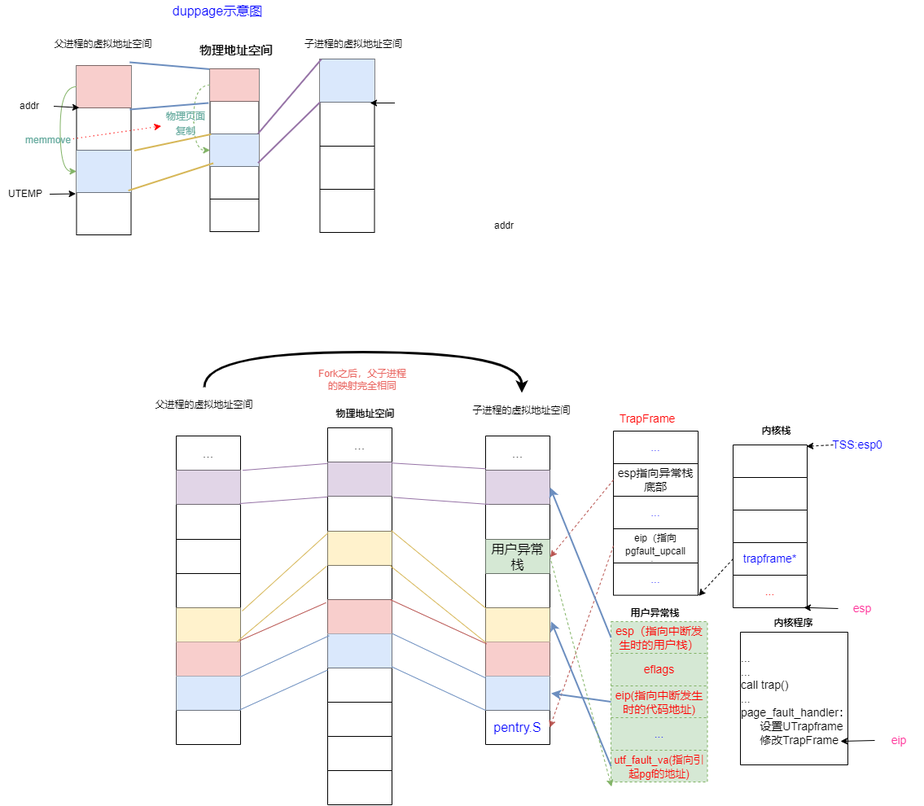
Above: OS/duppage.drawio.png in SixPlusAndTimes/drawio (draw.io), before the change. Source tidied: cells renumbered, new cells last; positions are measured from the earlier drawing's top-left corner, leaving out a move shared by most shapes.
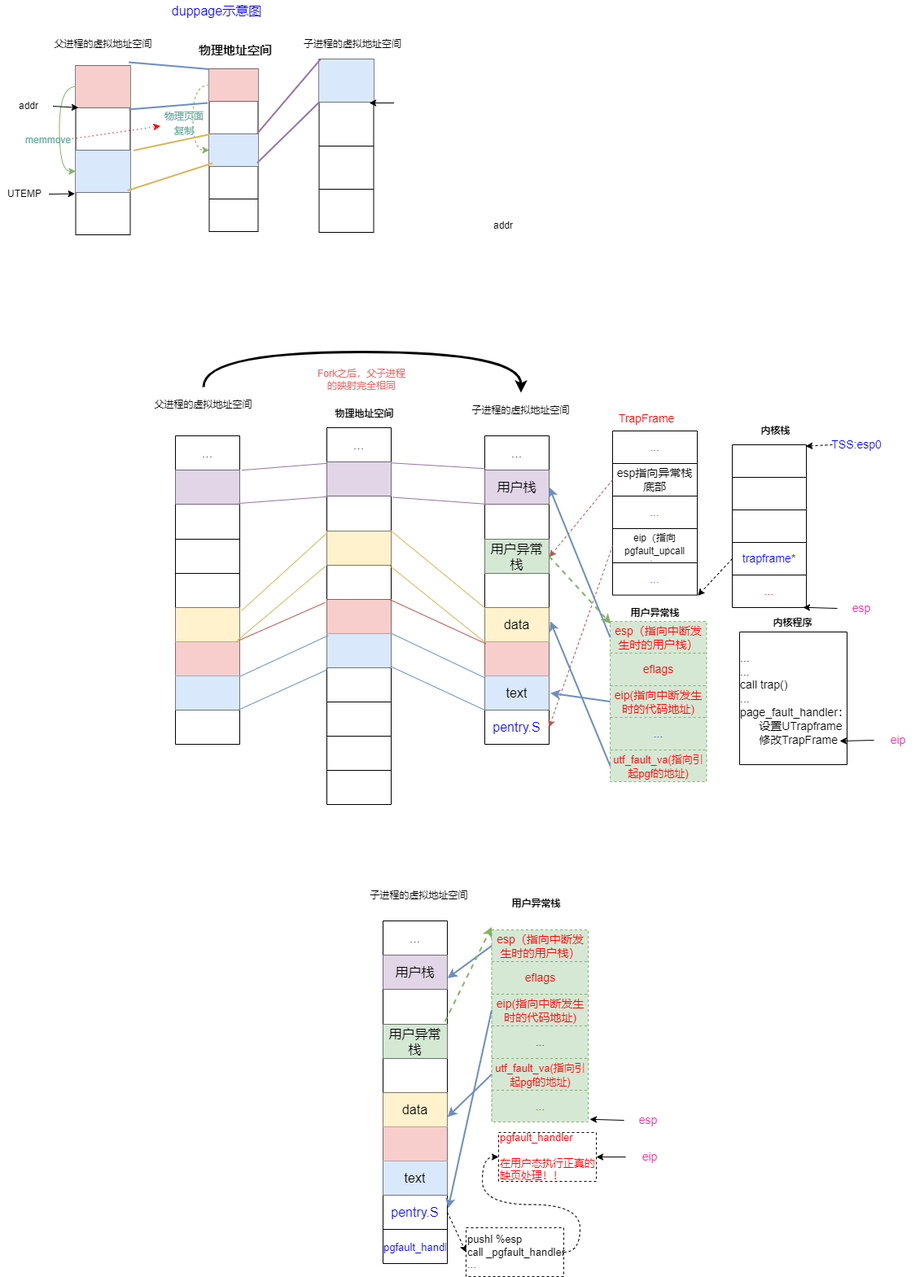
After the change.

What changed in the source:
```diff
@@ -241,7 +241,7 @@
     <mxCell id="77" style="shape=tableRow;horizontal=0;startSize=0;swimlaneHead=0;swimlaneBody=0;top=0;left=0;bottom=0;right=0;fillColor=none;fontSize=16;fontColor=#0000FF;" parent="74" vertex="1">
       <mxGeometry y="42" width="79" height="42" as="geometry" />
     </mxCell>
-    <mxCell id="78" style="shape=partialRectangle;html=1;whiteSpace=wrap;overflow=hidden;fillColor=#e1d5e7;top=0;left=0;bottom=0;right=0;fontSize=16;strokeColor=#9673a6;" parent="77" vertex="1">
+    <mxCell id="78" value="用户栈" style="shape=partialRectangle;html=1;whiteSpace=wrap;overflow=hidden;fillColor=#e1d5e7;top=0;left=0;bottom=0;right=0;fontSize=16;strokeColor=#9673a6;" parent="77" vertex="1">
       <mxGeometry width="79" height="42" as="geometry" />
     </mxCell>
     <mxCell id="79" style="shape=tableRow;horizontal=0;startSize=0;swimlaneHead=0;swimlaneBody=0;top=0;left=0;bottom=0;right=0;fillColor=none;fontSize=16;fontColor=#0000FF;" parent="74" vertex="1">
@@ -265,7 +265,7 @@
     <mxCell id="85" style="shape=tableRow;horizontal=0;startSize=0;swimlaneHead=0;swimlaneBody=0;top=0;left=0;bottom=0;right=0;fillColor=none;points=[[0,0.5],[1,0.5]];portConstraint=eastwest;fontSize=16;fontColor=#0000FF;" parent="74" vertex="1">
       <mxGeometry y="211" width="79" height="42" as="geometry" />
     </mxCell>
-    <mxCell id="86" style="shape=partialRectangle;html=1;whiteSpace=wrap;overflow=hidden;fillColor=#fff2cc;top=0;left=0;bottom=0;right=0;fontSize=16;strokeColor=#d6b656;" parent="85" vertex="1">
+    <mxCell id="86" value="data" style="shape=partialRectangle;html=1;whiteSpace=wrap;overflow=hidden;fillColor=#fff2cc;top=0;left=0;bottom=0;right=0;fontSize=16;strokeColor=#d6b656;" parent="85" vertex="1">
       <mxGeometry width="79" height="42" as="geometry" />
     </mxCell>
     <mxCell id="87" style="shape=tableRow;horizontal=0;startSize=0;swimlaneHead=0;swimlaneBody=0;top=0;left=0;bottom=0;right=0;fillColor=none;points=[[0,0.5],[1,0.5]];portConstraint=eastwest;fontSize=16;fontColor=#0000FF;" parent="74" vertex="1">
@@ -277,7 +277,7 @@
     <mxCell id="89" style="shape=tableRow;horizontal=0;startSize=0;swimlaneHead=0;swimlaneBody=0;top=0;left=0;bottom=0;right=0;fillColor=none;points=[[0,0.5],[1,0.5]];portConstraint=eastwest;fontSize=16;fontColor=#0000FF;" parent="74" vertex="1">
       <mxGeometry y="295" width="79" height="42" as="geometry" />
     </mxCell>
-    <mxCell id="90" style="shape=partialRectangle;html=1;whiteSpace=wrap;overflow=hidden;fillColor=#dae8fc;top=0;left=0;bottom=0;right=0;fontSize=16;strokeColor=#6c8ebf;" parent="89" vertex="1">
+    <mxCell id="90" value="text" style="shape=partialRectangle;html=1;whiteSpace=wrap;overflow=hidden;fillColor=#dae8fc;top=0;left=0;bottom=0;right=0;fontSize=16;strokeColor=#6c8ebf;" parent="89" vertex="1">
       <mxGeometry width="79" height="42" as="geometry" />
     </mxCell>
     <mxCell id="91" style="shape=tableRow;horizontal=0;startSize=0;swimlaneHead=0;swimlaneBody=0;top=0;left=0;bottom=0;right=0;fillColor=none;points=[[0,0.5],[1,0.5]];portConstraint=eastwest;fontSize=16;fontColor=#0000FF;" parent="74" vertex="1">
@@ -565,10 +565,158 @@
     <mxCell id="183" style="edgeStyle=none;rounded=0;jettySize=auto;html=1;exitX=0;exitY=0.5;exitDx=0;exitDy=0;entryX=1.019;entryY=0.601;entryDx=0;entryDy=0;entryPerimeter=0;strokeWidth=2;fontSize=11;fontColor=#000000;fillColor=#dae8fc;strokeColor=#6c8ebf;" parent="1" edge="1" source="178" target="74">
       <mxGeometry relative="1" as="geometry" />
     </mxCell>
-    <mxCell id="184" style="edgeStyle=none;rounded=0;jettySize=auto;html=1;exitX=1;exitY=0.5;exitDx=0;exitDy=0;strokeWidth=1;fontSize=11;fontColor=#FF0000;fillColor=#d5e8d4;strokeColor=#82b366;dashed=1;" parent="1" edge="1" source="81">
+    <mxCell id="184" style="edgeStyle=none;rounded=0;jettySize=auto;html=1;exitX=1;exitY=0.5;exitDx=0;exitDy=0;strokeWidth=2;fontSize=11;fontColor=#FF0000;fillColor=#d5e8d4;strokeColor=#82b366;dashed=1;" parent="1" edge="1" source="81">
       <mxGeometry relative="1" as="geometry">
-        <mxPoint x="749.7" y="965.7" as="targetPoint" />
+        <mxPoint x="750" y="766" as="targetPoint" />
       </mxGeometry>
     </mxCell>
+    <mxCell id="185" value="子进程的虚拟地址空间" style="text;html=1;strokeColor=none;fillColor=none;align=center;verticalAlign=middle;whiteSpace=wrap;rounded=0;" parent="1" vertex="1">
+      <mxGeometry x="451" y="1078" width="127" height="43" as="geometry" />
+    </mxCell>
+    <mxCell id="186" style="shape=table;startSize=0;fontSize=16;fontColor=#0000FF;" parent="1" vertex="1">
+      <mxGeometry x="470" y="1131" width="79" height="421" as="geometry" />
+    </mxCell>
+    <mxCell id="187" style="shape=tableRow;horizontal=0;startSize=0;swimlaneHead=0;swimlaneBody=0;top=0;left=0;bottom=0;right=0;fillColor=none;fontSize=16;fontColor=#0000FF;" parent="186" vertex="1">
+      <mxGeometry width="79" height="42" as="geometry" />
+    </mxCell>
+    <mxCell id="188" value="&lt;font color=&quot;#000000&quot;&gt;...&lt;/font&gt;" style="shape=partialRectangle;html=1;whiteSpace=wrap;overflow=hidden;fillColor=none;top=0;left=0;bottom=0;right=0;fontSize=16;fontColor=#0000FF;" parent="187" vertex="1">
+      <mxGeometry width="79" height="42" as="geometry" />
+    </mxCell>
+    <mxCell id="189" style="shape=tableRow;horizontal=0;startSize=0;swimlaneHead=0;swimlaneBody=0;top=0;left=0;bottom=0;right=0;fillColor=none;fontSize=16;fontColor=#0000FF;" parent="186" vertex="1">
+      <mxGeometry y="42" width="79" height="42" as="geometry" />
+    </mxCell>
+    <mxCell id="190" value="用户栈" style="shape=partialRectangle;html=1;whiteSpace=wrap;overflow=hidden;fillColor=#e1d5e7;top=0;left=0;bottom=0;right=0;fontSize=16;strokeColor=#9673a6;" parent="189" vertex="1">
+      <mxGeometry width="79" height="42" as="geometry" />
+    </mxCell>
+    <mxCell id="191" style="shape=tableRow;horizontal=0;startSize=0;swimlaneHead=0;swimlaneBody=0;top=0;left=0;bottom=0;right=0;fillColor=none;fontSize=16;fontColor=#0000FF;" parent="186" vertex="1">
+      <mxGeometry y="84" width="79" height="43" as="geometry" />
+    </mxCell>
+    <mxCell id="192" style="shape=partialRectangle;html=1;whiteSpace=wrap;overflow=hidden;fillColor=none;top=0;left=0;bottom=0;right=0;fontSize=16;fontColor=#0000FF;" parent="191" vertex="1">
+      <mxGeometry width="79" height="43" as="geometry" />
+    </mxCell>
+    <mxCell id="193" style="shape=tableRow;horizontal=0;startSize=0;swimlaneHead=0;swimlaneBody=0;top=0;left=0;bottom=0;right=0;fillColor=none;points=[[0,0.5],[1,0.5]];portConstraint=eastwest;fontSize=16;fontColor=#0000FF;" parent="186" vertex="1">
+      <mxGeometry y="127" width="79" height="42" as="geometry" />
+    </mxCell>
+    <mxCell id="194" value="用户异常栈" style="shape=partialRectangle;html=1;whiteSpace=wrap;overflow=hidden;fillColor=#d5e8d4;top=0;left=0;bottom=0;right=0;fontSize=16;strokeColor=#82b366;" parent="193" vertex="1">
+      <mxGeometry width="79" height="42" as="geometry" />
+    </mxCell>
+    <mxCell id="195" style="shape=tableRow;horizontal=0;startSize=0;swimlaneHead=0;swimlaneBody=0;top=0;left=0;bottom=0;right=0;fillColor=none;fontSize=16;fontColor=#0000FF;" parent="186" vertex="1">
+      <mxGeometry y="169" width="79" height="42" as="geometry" />
+    </mxCell>
+    <mxCell id="196" style="shape=partialRectangle;html=1;whiteSpace=wrap;overflow=hidden;fillColor=none;top=0;left=0;bottom=0;right=0;fontSize=16;fontColor=#0000FF;" parent="195" vertex="1">
+      <mxGeometry width="79" height="42" as="geometry" />
+    </mxCell>
+    <mxCell id="197" style="shape=tableRow;horizontal=0;startSize=0;swimlaneHead=0;swimlaneBody=0;top=0;left=0;bottom=0;right=0;fillColor=none;points=[[0,0.5],[1,0.5]];portConstraint=eastwest;fontSize=16;fontColor=#0000FF;" parent="186" vertex="1">
+      <mxGeometry y="211" width="79" height="42" as="geometry" />
+    </mxCell>
+    <mxCell id="198" value="data" style="shape=partialRectangle;html=1;whiteSpace=wrap;overflow=hidden;fillColor=#fff2cc;top=0;left=0;bottom=0;right=0;fontSize=16;strokeColor=#d6b656;" parent="197" vertex="1">
+      <mxGeometry width="79" height="42" as="geometry" />
+    </mxCell>
+    <mxCell id="199" style="shape=tableRow;horizontal=0;startSize=0;swimlaneHead=0;swimlaneBody=0;top=0;left=0;bottom=0;right=0;fillColor=none;fontSize=16;fontColor=#0000FF;" parent="186" vertex="1">
+      <mxGeometry y="253" width="79" height="42" as="geometry" />
+    </mxCell>
+    <mxCell id="200" style="shape=partialRectangle;html=1;whiteSpace=wrap;overflow=hidden;fillColor=#f8cecc;top=0;left=0;bottom=0;right=0;fontSize=16;strokeColor=#b85450;" parent="199" vertex="1">
+      <mxGeometry width="79" height="42" as="geometry" />
+    </mxCell>
+    <mxCell id="201" style="shape=tableRow;horizontal=0;startSize=0;swimlaneHead=0;swimlaneBody=0;top=0;left=0;bottom=0;right=0;fillColor=none;fontSize=16;fontColor=#0000FF;" parent="186" vertex="1">
+      <mxGeometry y="295" width="79" height="42" as="geometry" />
+    </mxCell>
+    <mxCell id="202" value="text" style="shape=partialRectangle;html=1;whiteSpace=wrap;overflow=hidden;fillColor=#dae8fc;top=0;left=0;bottom=0;right=0;fontSize=16;strokeColor=#6c8ebf;" parent="201" vertex="1">
+      <mxGeometry width="79" height="42" as="geometry" />
+    </mxCell>
+    <mxCell id="203" style="shape=tableRow;horizontal=0;startSize=0;swimlaneHead=0;swimlaneBody=0;top=0;left=0;bottom=0;right=0;fillColor=none;points=[[0,0.5],[1,0.5]];portConstraint=eastwest;fontSize=16;fontColor=#0000FF;" parent="186" vertex="1">
+      <mxGeometry y="337" width="79" height="42" as="geometry" />
+    </mxCell>
+    <mxCell id="204" value="pentry.S" style="shape=partialRectangle;html=1;whiteSpace=wrap;overflow=hidden;fillColor=none;top=0;left=0;bottom=0;right=0;fontSize=16;fontColor=#0000FF;" parent="203" vertex="1">
+      <mxGeometry width="79" height="42" as="geometry" />
+    </mxCell>
+    <mxCell id="205" style="shape=tableRow;horizontal=0;startSize=0;swimlaneHead=0;swimlaneBody=0;top=0;left=0;bottom=0;right=0;fillColor=none;fontSize=16;fontColor=#0000FF;" parent="186" vertex="1">
+      <mxGeometry y="379" width="79" height="42" as="geometry" />
+    </mxCell>
+    <mxCell id="206" value="&lt;span style=&quot;font-size: 13px; text-align: left;&quot;&gt;pgfault_handler&lt;/span&gt;" style="shape=partialRectangle;html=1;whiteSpace=wrap;overflow=hidden;fillColor=none;top=0;left=0;bottom=0;right=0;fontSize=16;fontColor=#0000FF;" parent="205" vertex="1">
+      <mxGeometry width="79" height="42" as="geometry" />
+    </mxCell>
+    <mxCell id="207" style="shape=table;startSize=0;strokeColor=#82b366;fontSize=14;fillColor=#d5e8d4;dashed=1;" parent="1" vertex="1">
+      <mxGeometry x="603.5" y="1142" width="118.5" height="236" as="geometry" />
+    </mxCell>
+    <mxCell id="208" style="shape=tableRow;horizontal=0;startSize=0;swimlaneHead=0;swimlaneBody=0;top=0;left=0;bottom=0;right=0;fillColor=none;points=[[0,0.5],[1,0.5]];portConstraint=eastwest;strokeColor=#000000;fontSize=14;fontColor=#FF0000;" parent="207" vertex="1">
+      <mxGeometry width="118.5" height="39" as="geometry" />
+    </mxCell>
+    <mxCell id="209" value="esp（指向中断发生时的用户栈）" style="shape=partialRectangle;html=1;whiteSpace=wrap;overflow=hidden;fillColor=none;top=0;left=0;bottom=0;right=0;strokeColor=#000000;fontSize=14;fontColor=#FF0000;" parent="208" vertex="1">
+      <mxGeometry width="119" height="39" as="geometry" />
+    </mxCell>
+    <mxCell id="210" style="shape=tableRow;horizontal=0;startSize=0;swimlaneHead=0;swimlaneBody=0;top=0;left=0;bottom=0;right=0;fillColor=none;strokeColor=#000000;fontSize=14;fontColor=#FF0000;" parent="207" vertex="1">
+      <mxGeometry y="39" width="118.5" height="40" as="geometry" />
+    </mxCell>
+    <mxCell id="211" value="eflags" style="shape=partialRectangle;html=1;whiteSpace=wrap;overflow=hidden;fillColor=none;top=0;left=0;bottom=0;right=0;strokeColor=#000000;fontSize=14;fontColor=#FF0000;" parent="210" vertex="1">
+      <mxGeometry width="119" height="40" as="geometry" />
+    </mxCell>
+    <mxCell id="212" style="shape=tableRow;horizontal=0;startSize=0;swimlaneHead=0;swimlaneBody=0;top=0;left=0;bottom=0;right=0;fillColor=none;points=[[0,0.5],[1,0.5]];portConstraint=eastwest;strokeColor=#000000;fontSize=14;fontColor=#FF0000;" parent="207" vertex="1">
+      <mxGeometry y="79" width="118.5" height="39" as="geometry" />
+    </mxCell>
+    <mxCell id="213" value="eip(指向中断发生时的代码地址)" style="shape=partialRectangle;html=1;whiteSpace=wrap;overflow=hidden;fillColor=none;top=0;left=0;bottom=0;right=0;strokeColor=#000000;fontSize=14;fontColor=#FF0000;" parent="212" vertex="1">
+      <mxGeometry width="119" height="39" as="geometry" />
+    </mxCell>
+    <mxCell id="214" style="shape=tableRow;horizontal=0;startSize=0;swimlaneHead=0;swimlaneBody=0;top=0;left=0;bottom=0;right=0;fillColor=none;strokeColor=#000000;fontSize=14;fontColor=#FF0000;" parent="207" vertex="1">
+      <mxGeometry y="118" width="118.5" height="40" as="geometry" />
+    </mxCell>
+    <mxCell id="215" value="&lt;font color=&quot;#0000ff&quot;&gt;...&lt;/font&gt;" style="shape=partialRectangle;html=1;whiteSpace=wrap;overflow=hidden;fillColor=none;top=0;left=0;bottom=0;right=0;strokeColor=#000000;fontSize=14;fontColor=#FF0000;" parent="214" vertex="1">
+      <mxGeometry width="119" height="40" as="geometry" />
+    </mxCell>
+    <mxCell id="216" style="shape=tableRow;horizontal=0;startSize=0;swimlaneHead=0;swimlaneBody=0;top=0;left=0;bottom=0;right=0;fillColor=none;points=[[0,0.5],[1,0.5]];portConstraint=eastwest;strokeColor=#000000;fontSize=14;fontColor=#FF0000;" parent="207" vertex="1">
+      <mxGeometry y="158" width="118.5" height="39" as="geometry" />
+    </mxCell>
+    <mxCell id="217" value="&lt;font style=&quot;font-size: 13px;&quot;&gt;utf_fault_va(指向引起pgf的地址)&lt;/font&gt;" style="shape=partialRectangle;html=1;whiteSpace=wrap;overflow=hidden;fillColor=none;top=0;left=0;bottom=0;right=0;strokeColor=#000000;fontSize=14;fontColor=#FF0000;" parent="216" vertex="1">
+      <mxGeometry width="119" height="39" as="geometry" />
+    </mxCell>
+    <mxCell id="218" style="shape=tableRow;horizontal=0;startSize=0;swimlaneHead=0;swimlaneBody=0;top=0;left=0;bottom=0;right=0;fillColor=none;strokeColor=#000000;fontSize=14;fontColor=#FF0000;" parent="207" vertex="1">
+      <mxGeometry y="197" width="118.5" height="39" as="geometry" />
+    </mxCell>
+    <mxCell id="219" value="..." style="shape=partialRectangle;html=1;whiteSpace=wrap;overflow=hidden;fillColor=none;top=0;left=0;bottom=0;right=0;strokeColor=#000000;fontSize=14;fontColor=#FF0000;" parent="218" vertex="1">
+      <mxGeometry width="119" height="39" as="geometry" />
+    </mxCell>
+    <mxCell id="220" value="&lt;b&gt;用户异常栈&lt;/b&gt;" style="text;html=1;strokeColor=none;fillColor=none;align=center;verticalAlign=middle;whiteSpace=wrap;rounded=0;" parent="1" vertex="1">
+      <mxGeometry x="595" y="1088" width="127" height="43" as="geometry" />
+    </mxCell>
+    <mxCell id="221" style="edgeStyle=none;rounded=0;jettySize=auto;html=1;exitX=0;exitY=0.5;exitDx=0;exitDy=0;entryX=1.003;entryY=0.167;entryDx=0;entryDy=0;entryPerimeter=0;strokeWidth=2;fontSize=11;fontColor=#000000;fillColor=#dae8fc;strokeColor=#6c8ebf;" parent="1" edge="1" source="208" target="186">
+      <mxGeometry relative="1" as="geometry" />
+    </mxCell>
+    <mxCell id="222" style="edgeStyle=none;rounded=0;jettySize=auto;html=1;exitX=0;exitY=0.5;exitDx=0;exitDy=0;strokeWidth=2;fontSize=11;fontColor=#000000;fillColor=#dae8fc;strokeColor=#6c8ebf;" parent="1" edge="1" source="212">
+      <mxGeometry relative="1" as="geometry">
+        <mxPoint x="550" y="1484" as="targetPoint" />
+      </mxGeometry>
+    </mxCell>
+    <mxCell id="223" style="edgeStyle=none;rounded=0;jettySize=auto;html=1;exitX=0;exitY=0.5;exitDx=0;exitDy=0;entryX=1.002;entryY=0.713;entryDx=0;entryDy=0;entryPerimeter=0;strokeWidth=2;fontSize=11;fontColor=#000000;fillColor=#dae8fc;strokeColor=#6c8ebf;" parent="1" edge="1" source="216" target="197">
+      <mxGeometry relative="1" as="geometry" />
+    </mxCell>
+    <mxCell id="224" style="edgeStyle=none;rounded=0;jettySize=auto;html=1;exitX=0.964;exitY=-0.084;exitDx=0;exitDy=0;strokeWidth=2;fontSize=11;fontColor=#FF0000;fillColor=#d5e8d4;strokeColor=#82b366;dashed=1;entryX=-0.001;entryY=-0.089;entryDx=0;entryDy=0;exitPerimeter=0;entryPerimeter=0;" parent="1" edge="1" source="193" target="208">
+      <mxGeometry relative="1" as="geometry" />
+    </mxCell>
+    <mxCell id="225" style="edgeStyle=orthogonalEdgeStyle;rounded=0;jettySize=auto;html=1;exitX=1;exitY=0.5;exitDx=0;exitDy=0;entryX=0;entryY=0.5;entryDx=0;entryDy=0;dashed=1;strokeWidth=1;fontSize=13;fontColor=#0000FF;curved=1;" parent="1" edge="1" source="226" target="232">
+      <mxGeometry relative="1" as="geometry" />
+    </mxCell>
+    <mxCell id="226" value="&lt;div&gt;&lt;font color=&quot;#000000&quot;&gt;pushl %esp&lt;span style=&quot;&quot;&gt;&#9;&lt;/span&gt;&lt;/font&gt;&lt;/div&gt;&lt;div&gt;&lt;font color=&quot;#000000&quot;&gt;call&amp;nbsp;_pgfault_handler&lt;/font&gt;&lt;/div&gt;&lt;div&gt;&lt;font color=&quot;#000000&quot;&gt;...&lt;/font&gt;&lt;/div&gt;" style="rounded=0;whiteSpace=wrap;html=1;dashed=1;strokeColor=#000000;fontSize=13;fontColor=#FF0000;align=left;" parent="1" vertex="1">
+      <mxGeometry x="572" y="1508" width="120" height="60" as="geometry" />
+    </mxCell>
+    <mxCell id="227" style="edgeStyle=none;rounded=0;jettySize=auto;html=1;exitX=1;exitY=0.5;exitDx=0;exitDy=0;entryX=0;entryY=0.5;entryDx=0;entryDy=0;strokeWidth=1;fontSize=13;fontColor=#FF0000;dashed=1;" parent="1" edge="1" source="203" target="226">
+      <mxGeometry relative="1" as="geometry" />
+    </mxCell>
+    <mxCell id="228" style="edgeStyle=none;rounded=0;jettySize=auto;html=1;exitX=0;exitY=0.5;exitDx=0;exitDy=0;entryX=0.955;entryY=1.044;entryDx=0;entryDy=0;entryPerimeter=0;strokeWidth=1;fontSize=14;fontColor=#0000FF;" parent="1" edge="1" source="229">
+      <mxGeometry relative="1" as="geometry">
+        <mxPoint x="724" y="1374.8" as="targetPoint" />
+      </mxGeometry>
+    </mxCell>
+    <mxCell id="229" value="&lt;font color=&quot;#ff3399&quot;&gt;esp&lt;/font&gt;" style="text;html=1;strokeColor=none;fillColor=none;align=center;verticalAlign=middle;whiteSpace=wrap;rounded=0;fontSize=14;fontColor=#0000FF;" parent="1" vertex="1">
+      <mxGeometry x="766.1" y="1361" width="60" height="30" as="geometry" />
+    </mxCell>
+    <mxCell id="230" style="edgeStyle=orthogonalEdgeStyle;curved=1;rounded=0;jettySize=auto;html=1;strokeWidth=1;fontSize=13;fontColor=#0000FF;" parent="1" edge="1" source="231" target="232">
+      <mxGeometry relative="1" as="geometry" />
+    </mxCell>
+    <mxCell id="231" value="&lt;font color=&quot;#ff3399&quot;&gt;eip&lt;/font&gt;" style="text;html=1;strokeColor=none;fillColor=none;align=center;verticalAlign=middle;whiteSpace=wrap;rounded=0;fontSize=14;fontColor=#0000FF;" parent="1" vertex="1">
+      <mxGeometry x="768" y="1406" width="60" height="30" as="geometry" />
+    </mxCell>
+    <mxCell id="232" value="pgfault_handler&lt;br&gt;&lt;br&gt;在用户态执行正真的缺页处理！！" style="rounded=0;whiteSpace=wrap;html=1;dashed=1;strokeColor=#000000;fontSize=13;fontColor=#FF0000;align=left;" parent="1" vertex="1">
+      <mxGeometry x="612" y="1391" width="120" height="60" as="geometry" />
+    </mxCell>
   </root>
 </mxGraphModel>
```
